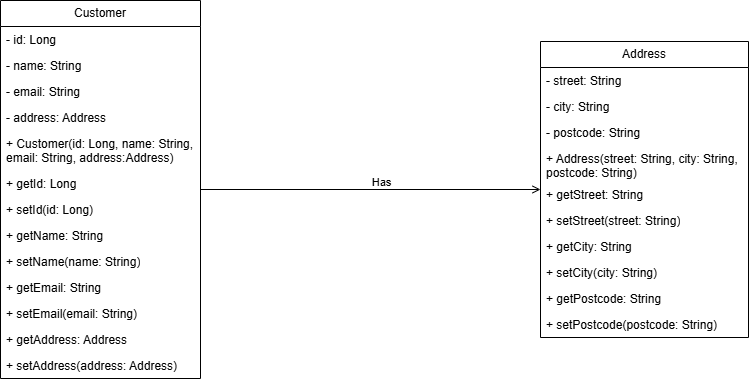
Before: docs/uml/CustomerAddress.png, a diagram exported from draw.io (Anupama-Omiru-Dasanayake/spring-boot-tutorial-works). Source tidied: cells renumbered, new cells last; positions are measured from the earlier drawing's top-left corner, leaving out a move shared by most shapes. Its diagram source:
```xml
<mxGraphModel>
  <root>
    <mxCell id="0" />
    <mxCell id="1" parent="0" />
    <mxCell id="2" style="edgeStyle=orthogonalEdgeStyle;rounded=0;jettySize=auto;html=1;endArrow=open;startFill=0;endFill=0;" parent="1" edge="1" source="4" target="18">
      <mxGeometry relative="1" as="geometry" />
    </mxCell>
    <mxCell id="3" value="Has" style="edgeLabel;html=1;align=center;verticalAlign=middle;" parent="2" vertex="1">
      <mxGeometry x="-0.16" y="3" relative="1" as="geometry">
        <mxPoint x="37" y="-5" as="offset" />
      </mxGeometry>
    </mxCell>
    <mxCell id="4" value="Customer" style="swimlane;fontStyle=0;horizontal=1;startSize=26;fillColor=none;whiteSpace=wrap;html=1;" parent="1" vertex="1">
      <mxGeometry width="200" height="378" as="geometry" />
    </mxCell>
    <mxCell id="5" value="- id: Long" style="text;strokeColor=none;fillColor=none;align=left;verticalAlign=top;spacingLeft=4;spacingRight=4;overflow=hidden;whiteSpace=wrap;html=1;" parent="4" vertex="1">
      <mxGeometry y="26" width="200" height="26" as="geometry" />
    </mxCell>
    <mxCell id="6" value="- name: String" style="text;strokeColor=none;fillColor=none;align=left;verticalAlign=top;spacingLeft=4;spacingRight=4;overflow=hidden;whiteSpace=wrap;html=1;" parent="4" vertex="1">
      <mxGeometry y="52" width="200" height="26" as="geometry" />
    </mxCell>
    <mxCell id="7" value="- email: String" style="text;strokeColor=none;fillColor=none;align=left;verticalAlign=top;spacingLeft=4;spacingRight=4;overflow=hidden;whiteSpace=wrap;html=1;" parent="4" vertex="1">
      <mxGeometry y="78" width="200" height="26" as="geometry" />
    </mxCell>
    <mxCell id="8" value="- address: Address" style="text;strokeColor=none;fillColor=none;align=left;verticalAlign=top;spacingLeft=4;spacingRight=4;overflow=hidden;whiteSpace=wrap;html=1;" parent="4" vertex="1">
      <mxGeometry y="104" width="200" height="26" as="geometry" />
    </mxCell>
    <mxCell id="9" value="+ Customer(id: Long, name: String, email: String, address:Address)" style="text;strokeColor=none;fillColor=none;align=left;verticalAlign=top;spacingLeft=4;spacingRight=4;overflow=hidden;whiteSpace=wrap;html=1;" parent="4" vertex="1">
      <mxGeometry y="130" width="200" height="40" as="geometry" />
    </mxCell>
    <mxCell id="10" value="+ getId: Long" style="text;strokeColor=none;fillColor=none;align=left;verticalAlign=top;spacingLeft=4;spacingRight=4;overflow=hidden;whiteSpace=wrap;html=1;" parent="4" vertex="1">
      <mxGeometry y="170" width="200" height="26" as="geometry" />
    </mxCell>
    <mxCell id="11" value="+ setId(id: Long)" style="text;strokeColor=none;fillColor=none;align=left;verticalAlign=top;spacingLeft=4;spacingRight=4;overflow=hidden;whiteSpace=wrap;html=1;" parent="4" vertex="1">
      <mxGeometry y="196" width="200" height="26" as="geometry" />
    </mxCell>
    <mxCell id="12" value="+ getName: String" style="text;strokeColor=none;fillColor=none;align=left;verticalAlign=top;spacingLeft=4;spacingRight=4;overflow=hidden;whiteSpace=wrap;html=1;" parent="4" vertex="1">
      <mxGeometry y="222" width="200" height="26" as="geometry" />
    </mxCell>
    <mxCell id="13" value="+ setName(name: String)" style="text;strokeColor=none;fillColor=none;align=left;verticalAlign=top;spacingLeft=4;spacingRight=4;overflow=hidden;whiteSpace=wrap;html=1;" parent="4" vertex="1">
      <mxGeometry y="248" width="200" height="26" as="geometry" />
    </mxCell>
    <mxCell id="14" value="+ getEmail: String" style="text;strokeColor=none;fillColor=none;align=left;verticalAlign=top;spacingLeft=4;spacingRight=4;overflow=hidden;whiteSpace=wrap;html=1;" parent="4" vertex="1">
      <mxGeometry y="274" width="200" height="26" as="geometry" />
    </mxCell>
    <mxCell id="15" value="+ setEmail(email: String)" style="text;strokeColor=none;fillColor=none;align=left;verticalAlign=top;spacingLeft=4;spacingRight=4;overflow=hidden;whiteSpace=wrap;html=1;" parent="4" vertex="1">
      <mxGeometry y="300" width="200" height="26" as="geometry" />
    </mxCell>
    <mxCell id="16" value="+ getAddress: Address" style="text;strokeColor=none;fillColor=none;align=left;verticalAlign=top;spacingLeft=4;spacingRight=4;overflow=hidden;whiteSpace=wrap;html=1;" parent="4" vertex="1">
      <mxGeometry y="326" width="200" height="26" as="geometry" />
    </mxCell>
    <mxCell id="17" value="+ setAddress(address: Address)" style="text;strokeColor=none;fillColor=none;align=left;verticalAlign=top;spacingLeft=4;spacingRight=4;overflow=hidden;whiteSpace=wrap;html=1;" parent="4" vertex="1">
      <mxGeometry y="352" width="200" height="26" as="geometry" />
    </mxCell>
    <mxCell id="18" value="Address" style="swimlane;fontStyle=0;horizontal=1;startSize=26;fillColor=none;whiteSpace=wrap;html=1;" parent="1" vertex="1">
      <mxGeometry x="540" y="41" width="208" height="296" as="geometry" />
    </mxCell>
    <mxCell id="19" value="- street: String" style="text;strokeColor=none;fillColor=none;align=left;verticalAlign=top;spacingLeft=4;spacingRight=4;overflow=hidden;whiteSpace=wrap;html=1;" parent="18" vertex="1">
      <mxGeometry y="26" width="208" height="26" as="geometry" />
    </mxCell>
    <mxCell id="20" value="- city: String" style="text;strokeColor=none;fillColor=none;align=left;verticalAlign=top;spacingLeft=4;spacingRight=4;overflow=hidden;whiteSpace=wrap;html=1;" parent="18" vertex="1">
      <mxGeometry y="52" width="208" height="26" as="geometry" />
    </mxCell>
    <mxCell id="21" value="- postcode: String" style="text;strokeColor=none;fillColor=none;align=left;verticalAlign=top;spacingLeft=4;spacingRight=4;overflow=hidden;whiteSpace=wrap;html=1;" parent="18" vertex="1">
      <mxGeometry y="78" width="208" height="26" as="geometry" />
    </mxCell>
    <mxCell id="22" value="+ Address(street: String, city: String, postcode: String)" style="text;strokeColor=none;fillColor=none;align=left;verticalAlign=top;spacingLeft=4;spacingRight=4;overflow=hidden;whiteSpace=wrap;html=1;" parent="18" vertex="1">
      <mxGeometry y="104" width="208" height="36" as="geometry" />
    </mxCell>
    <mxCell id="23" value="+ getStreet: String" style="text;strokeColor=none;fillColor=none;align=left;verticalAlign=top;spacingLeft=4;spacingRight=4;overflow=hidden;whiteSpace=wrap;html=1;" parent="18" vertex="1">
      <mxGeometry y="140" width="208" height="26" as="geometry" />
    </mxCell>
    <mxCell id="24" value="+ setStreet(street: String)" style="text;strokeColor=none;fillColor=none;align=left;verticalAlign=top;spacingLeft=4;spacingRight=4;overflow=hidden;whiteSpace=wrap;html=1;" parent="18" vertex="1">
      <mxGeometry y="166" width="208" height="26" as="geometry" />
    </mxCell>
    <mxCell id="25" value="+ getCity: String" style="text;strokeColor=none;fillColor=none;align=left;verticalAlign=top;spacingLeft=4;spacingRight=4;overflow=hidden;whiteSpace=wrap;html=1;" parent="18" vertex="1">
      <mxGeometry y="192" width="208" height="26" as="geometry" />
    </mxCell>
    <mxCell id="26" value="+ setCity(city: String)" style="text;strokeColor=none;fillColor=none;align=left;verticalAlign=top;spacingLeft=4;spacingRight=4;overflow=hidden;whiteSpace=wrap;html=1;" parent="18" vertex="1">
      <mxGeometry y="218" width="208" height="26" as="geometry" />
    </mxCell>
    <mxCell id="27" value="+ getPostcode: String" style="text;strokeColor=none;fillColor=none;align=left;verticalAlign=top;spacingLeft=4;spacingRight=4;overflow=hidden;whiteSpace=wrap;html=1;" parent="18" vertex="1">
      <mxGeometry y="244" width="208" height="26" as="geometry" />
    </mxCell>
    <mxCell id="28" value="+ setPostcode(postcode: String)" style="text;strokeColor=none;fillColor=none;align=left;verticalAlign=top;spacingLeft=4;spacingRight=4;overflow=hidden;whiteSpace=wrap;html=1;" parent="18" vertex="1">
      <mxGeometry y="270" width="208" height="26" as="geometry" />
    </mxCell>
  </root>
</mxGraphModel>
```
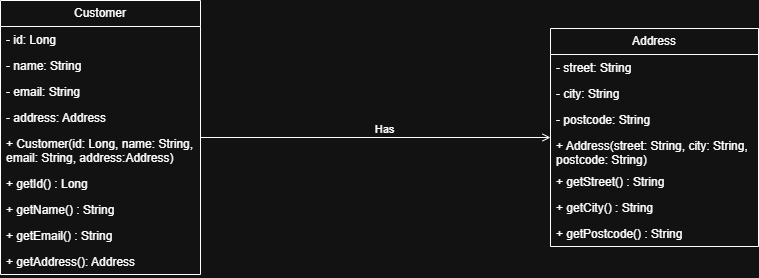
Later version of the same file.

Commit message:
Update uml diagrams

What changed in the source:
```diff
@@ -11,7 +11,7 @@
       </mxGeometry>
     </mxCell>
     <mxCell id="4" value="Customer" style="swimlane;fontStyle=0;horizontal=1;startSize=26;fillColor=none;whiteSpace=wrap;html=1;" parent="1" vertex="1">
-      <mxGeometry width="200" height="378" as="geometry" />
+      <mxGeometry width="200" height="274" as="geometry" />
     </mxCell>
     <mxCell id="5" value="- id: Long" style="text;strokeColor=none;fillColor=none;align=left;verticalAlign=top;spacingLeft=4;spacingRight=4;overflow=hidden;whiteSpace=wrap;html=1;" parent="4" vertex="1">
       <mxGeometry y="26" width="200" height="26" as="geometry" />
@@ -28,32 +28,20 @@
     <mxCell id="9" value="+ Customer(id: Long, name: String, email: String, address:Address)" style="text;strokeColor=none;fillColor=none;align=left;verticalAlign=top;spacingLeft=4;spacingRight=4;overflow=hidden;whiteSpace=wrap;html=1;" parent="4" vertex="1">
       <mxGeometry y="130" width="200" height="40" as="geometry" />
     </mxCell>
-    <mxCell id="10" value="+ getId: Long" style="text;strokeColor=none;fillColor=none;align=left;verticalAlign=top;spacingLeft=4;spacingRight=4;overflow=hidden;whiteSpace=wrap;html=1;" parent="4" vertex="1">
+    <mxCell id="10" value="+ getId() : Long" style="text;strokeColor=none;fillColor=none;align=left;verticalAlign=top;spacingLeft=4;spacingRight=4;overflow=hidden;whiteSpace=wrap;html=1;" parent="4" vertex="1">
       <mxGeometry y="170" width="200" height="26" as="geometry" />
     </mxCell>
-    <mxCell id="11" value="+ setId(id: Long)" style="text;strokeColor=none;fillColor=none;align=left;verticalAlign=top;spacingLeft=4;spacingRight=4;overflow=hidden;whiteSpace=wrap;html=1;" parent="4" vertex="1">
-      <mxGeometry y="196" width="200" height="26" as="geometry" />
-    </mxCell>
-    <mxCell id="12" value="+ getName: String" style="text;strokeColor=none;fillColor=none;align=left;verticalAlign=top;spacingLeft=4;spacingRight=4;overflow=hidden;whiteSpace=wrap;html=1;" parent="4" vertex="1">
-      <mxGeometry y="222" width="200" height="26" as="geometry" />
+    <mxCell id="12" value="+ getName() : String" style="text;strokeColor=none;fillColor=none;align=left;verticalAlign=top;spacingLeft=4;spacingRight=4;overflow=hidden;whiteSpace=wrap;html=1;" parent="4" vertex="1">
+      <mxGeometry y="196" width="200" height="26" as="geometry" />
     </mxCell>
-    <mxCell id="13" value="+ setName(name: String)" style="text;strokeColor=none;fillColor=none;align=left;verticalAlign=top;spacingLeft=4;spacingRight=4;overflow=hidden;whiteSpace=wrap;html=1;" parent="4" vertex="1">
-      <mxGeometry y="248" width="200" height="26" as="geometry" />
-    </mxCell>
-    <mxCell id="14" value="+ getEmail: String" style="text;strokeColor=none;fillColor=none;align=left;verticalAlign=top;spacingLeft=4;spacingRight=4;overflow=hidden;whiteSpace=wrap;html=1;" parent="4" vertex="1">
-      <mxGeometry y="274" width="200" height="26" as="geometry" />
+    <mxCell id="14" value="+ getEmail() : String" style="text;strokeColor=none;fillColor=none;align=left;verticalAlign=top;spacingLeft=4;spacingRight=4;overflow=hidden;whiteSpace=wrap;html=1;" parent="4" vertex="1">
+      <mxGeometry y="222" width="200" height="26" as="geometry" />
     </mxCell>
-    <mxCell id="15" value="+ setEmail(email: String)" style="text;strokeColor=none;fillColor=none;align=left;verticalAlign=top;spacingLeft=4;spacingRight=4;overflow=hidden;whiteSpace=wrap;html=1;" parent="4" vertex="1">
-      <mxGeometry y="300" width="200" height="26" as="geometry" />
-    </mxCell>
-    <mxCell id="16" value="+ getAddress: Address" style="text;strokeColor=none;fillColor=none;align=left;verticalAlign=top;spacingLeft=4;spacingRight=4;overflow=hidden;whiteSpace=wrap;html=1;" parent="4" vertex="1">
-      <mxGeometry y="326" width="200" height="26" as="geometry" />
+    <mxCell id="16" value="+ getAddress(): Address" style="text;strokeColor=none;fillColor=none;align=left;verticalAlign=top;spacingLeft=4;spacingRight=4;overflow=hidden;whiteSpace=wrap;html=1;" parent="4" vertex="1">
+      <mxGeometry y="248" width="200" height="26" as="geometry" />
     </mxCell>
-    <mxCell id="17" value="+ setAddress(address: Address)" style="text;strokeColor=none;fillColor=none;align=left;verticalAlign=top;spacingLeft=4;spacingRight=4;overflow=hidden;whiteSpace=wrap;html=1;" parent="4" vertex="1">
-      <mxGeometry y="352" width="200" height="26" as="geometry" />
-    </mxCell>
     <mxCell id="18" value="Address" style="swimlane;fontStyle=0;horizontal=1;startSize=26;fillColor=none;whiteSpace=wrap;html=1;" parent="1" vertex="1">
-      <mxGeometry x="540" y="41" width="208" height="296" as="geometry" />
+      <mxGeometry x="550" y="28" width="208" height="218" as="geometry" />
     </mxCell>
     <mxCell id="19" value="- street: String" style="text;strokeColor=none;fillColor=none;align=left;verticalAlign=top;spacingLeft=4;spacingRight=4;overflow=hidden;whiteSpace=wrap;html=1;" parent="18" vertex="1">
       <mxGeometry y="26" width="208" height="26" as="geometry" />
@@ -67,23 +55,14 @@
     <mxCell id="22" value="+ Address(street: String, city: String, postcode: String)" style="text;strokeColor=none;fillColor=none;align=left;verticalAlign=top;spacingLeft=4;spacingRight=4;overflow=hidden;whiteSpace=wrap;html=1;" parent="18" vertex="1">
       <mxGeometry y="104" width="208" height="36" as="geometry" />
     </mxCell>
-    <mxCell id="23" value="+ getStreet: String" style="text;strokeColor=none;fillColor=none;align=left;verticalAlign=top;spacingLeft=4;spacingRight=4;overflow=hidden;whiteSpace=wrap;html=1;" parent="18" vertex="1">
+    <mxCell id="23" value="+ getStreet() : String" style="text;strokeColor=none;fillColor=none;align=left;verticalAlign=top;spacingLeft=4;spacingRight=4;overflow=hidden;whiteSpace=wrap;html=1;" parent="18" vertex="1">
       <mxGeometry y="140" width="208" height="26" as="geometry" />
     </mxCell>
-    <mxCell id="24" value="+ setStreet(street: String)" style="text;strokeColor=none;fillColor=none;align=left;verticalAlign=top;spacingLeft=4;spacingRight=4;overflow=hidden;whiteSpace=wrap;html=1;" parent="18" vertex="1">
-      <mxGeometry y="166" width="208" height="26" as="geometry" />
-    </mxCell>
-    <mxCell id="25" value="+ getCity: String" style="text;strokeColor=none;fillColor=none;align=left;verticalAlign=top;spacingLeft=4;spacingRight=4;overflow=hidden;whiteSpace=wrap;html=1;" parent="18" vertex="1">
-      <mxGeometry y="192" width="208" height="26" as="geometry" />
+    <mxCell id="25" value="+ getCity() : String" style="text;strokeColor=none;fillColor=none;align=left;verticalAlign=top;spacingLeft=4;spacingRight=4;overflow=hidden;whiteSpace=wrap;html=1;" parent="18" vertex="1">
+      <mxGeometry y="166" width="208" height="26" as="geometry" />
     </mxCell>
-    <mxCell id="26" value="+ setCity(city: String)" style="text;strokeColor=none;fillColor=none;align=left;verticalAlign=top;spacingLeft=4;spacingRight=4;overflow=hidden;whiteSpace=wrap;html=1;" parent="18" vertex="1">
-      <mxGeometry y="218" width="208" height="26" as="geometry" />
-    </mxCell>
-    <mxCell id="27" value="+ getPostcode: String" style="text;strokeColor=none;fillColor=none;align=left;verticalAlign=top;spacingLeft=4;spacingRight=4;overflow=hidden;whiteSpace=wrap;html=1;" parent="18" vertex="1">
-      <mxGeometry y="244" width="208" height="26" as="geometry" />
+    <mxCell id="27" value="+ getPostcode() : String" style="text;strokeColor=none;fillColor=none;align=left;verticalAlign=top;spacingLeft=4;spacingRight=4;overflow=hidden;whiteSpace=wrap;html=1;" parent="18" vertex="1">
+      <mxGeometry y="192" width="208" height="26" as="geometry" />
     </mxCell>
-    <mxCell id="28" value="+ setPostcode(postcode: String)" style="text;strokeColor=none;fillColor=none;align=left;verticalAlign=top;spacingLeft=4;spacingRight=4;overflow=hidden;whiteSpace=wrap;html=1;" parent="18" vertex="1">
-      <mxGeometry y="270" width="208" height="26" as="geometry" />
-    </mxCell>
   </root>
 </mxGraphModel>
```
